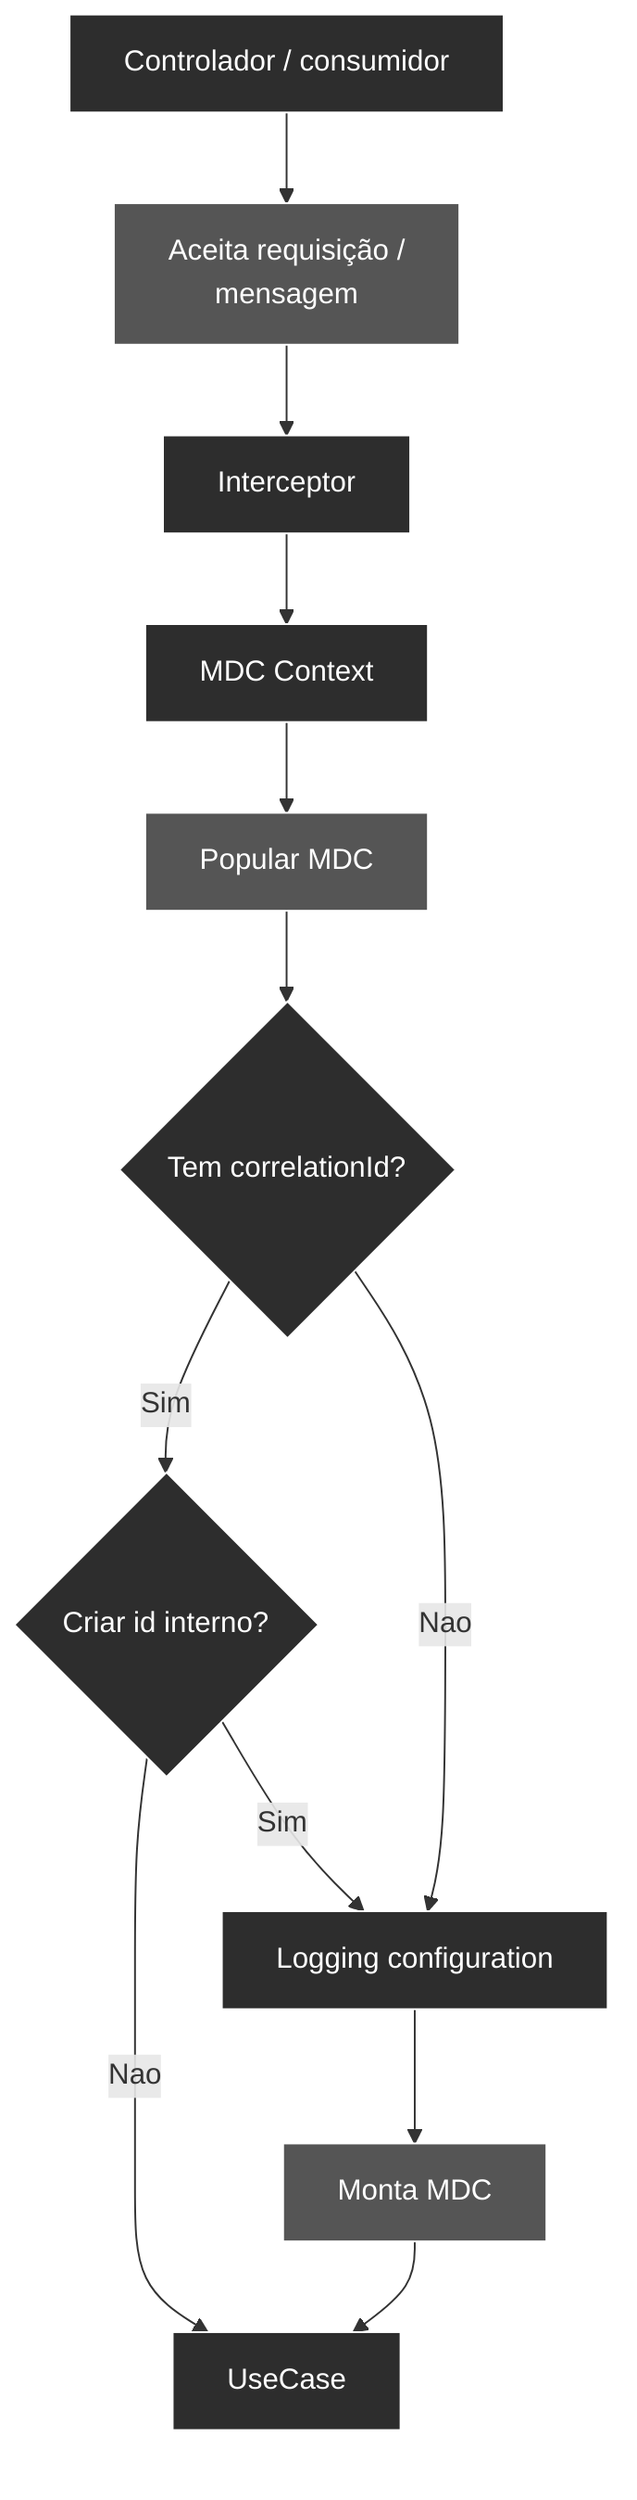
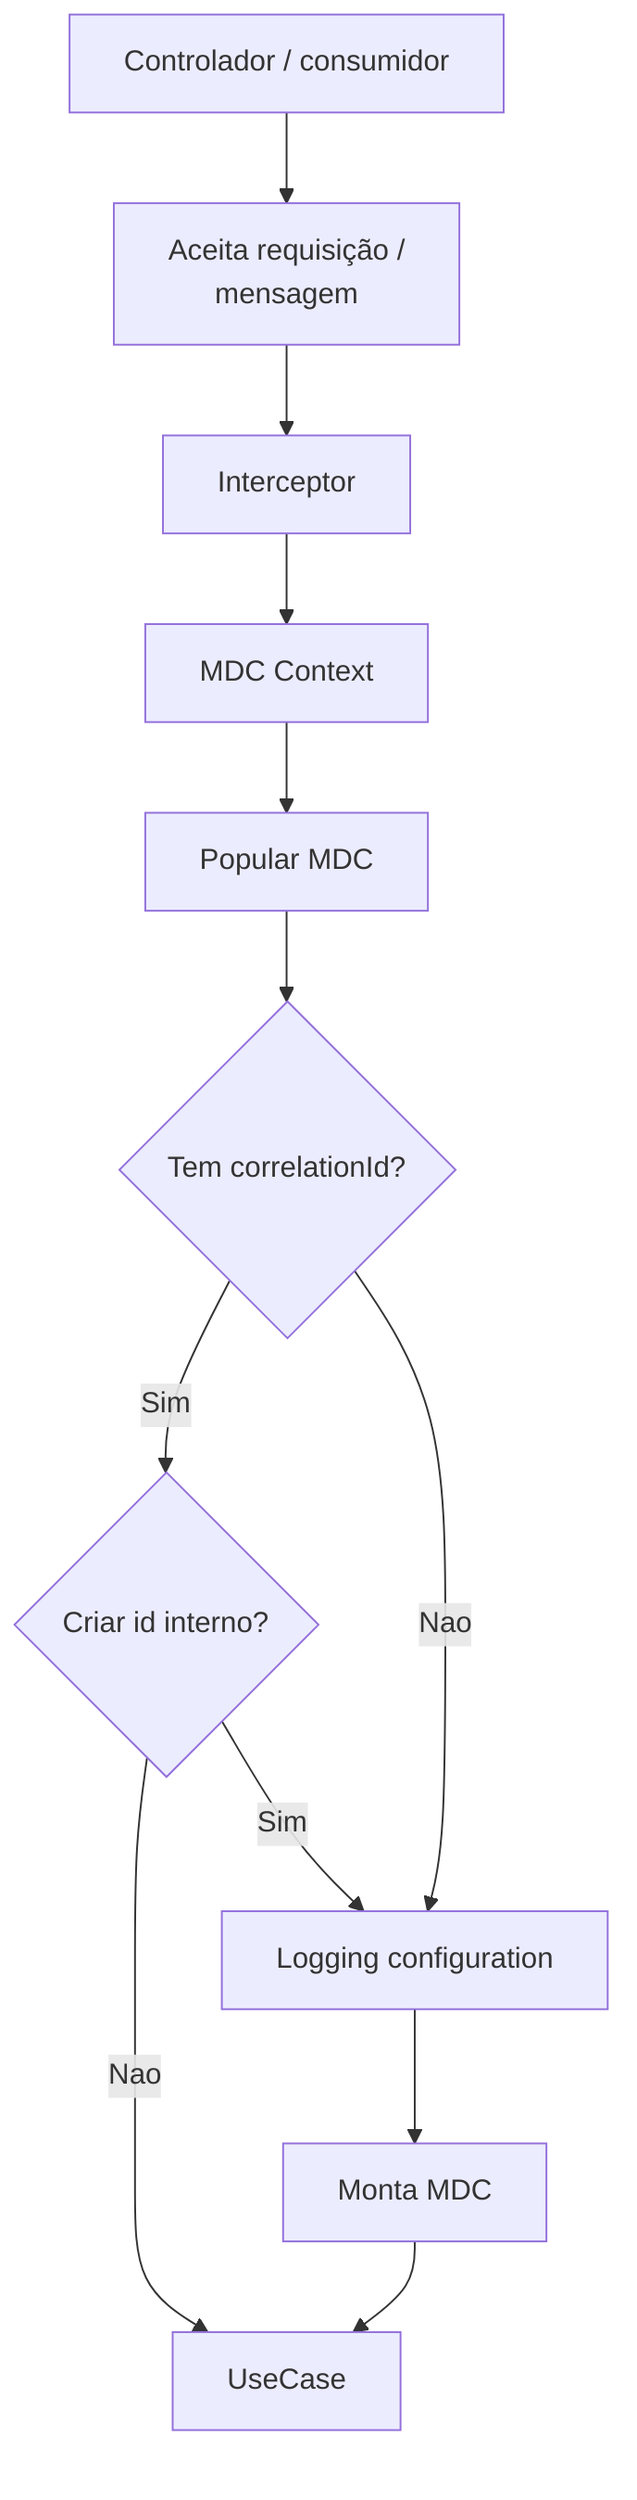
graph TD
    CC[Controlador / consumidor] --> ARM[Aceita requisição /<br>mensagem]
    ARM --> INT[Interceptor]
    INT --> MC[MDC Context]
    MC --> PM[Popular MDC]
    PM --> Q_CORR{Tem correlationId?}

%% Caminho do SIM
    Q_CORR -- Sim --> Q_ID{Criar id interno?}
    Q_ID -- Sim --> LC[Logging configuration]
    Q_ID -- Nao --> UC[UseCase]

%% Caminho do NÃO e continuação do fluxo
    Q_CORR -- Nao --> LC
    LC --> MM[Monta MDC]
    MM --> UC

- %% Estilização dos nós para aproximar do original
-     style CC fill:#2d2d2d,stroke:#fff,color:#fff
-     style ARM fill:#555,stroke:#fff,color:#fff
-     style INT fill:#2d2d2d,stroke:#fff,color:#fff
-     style MC fill:#2d2d2d,stroke:#fff,color:#fff
-     style PM fill:#555,stroke:#fff,color:#fff
-     style Q_CORR fill:#2d2d2d,stroke:#fff,color:#fff
-     style Q_ID fill:#2d2d2d,stroke:#fff,color:#fff
-     style LC fill:#2d2d2d,stroke:#fff,color:#fff
-     style MM fill:#555,stroke:#fff,color:#fff
-     style UC fill:#2d2d2d,stroke:#fff,color:#fff+ 
+ %%%% Estilização dos nós para aproximar do original
+ %%    style CC fill:#2d2d2d,stroke:#fff,color:#fff
+ %%    style ARM fill:#555,stroke:#fff,color:#fff
+ %%    style INT fill:#2d2d2d,stroke:#fff,color:#fff
+ %%    style MC fill:#2d2d2d,stroke:#fff,color:#fff
+ %%    style PM fill:#555,stroke:#fff,color:#fff
+ %%    style Q_CORR fill:#2d2d2d,stroke:#fff,color:#fff
+ %%    style Q_ID fill:#2d2d2d,stroke:#fff,color:#fff
+ %%    style LC fill:#2d2d2d,stroke:#fff,color:#fff
+ %%    style MM fill:#555,stroke:#fff,color:#fff
+ %%    style UC fill:#2d2d2d,stroke:#fff,color:#fff